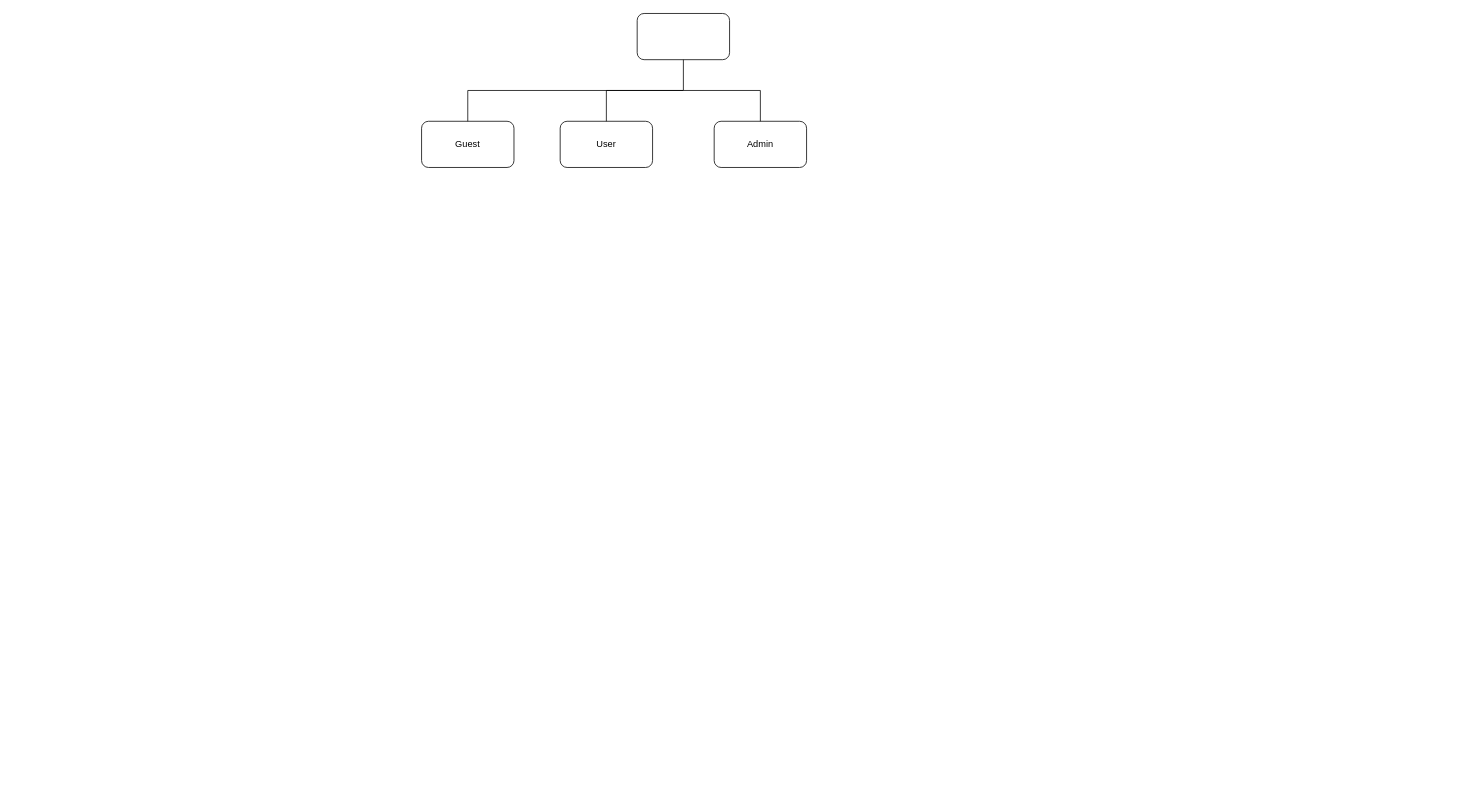
Above: fyp_userdiagram.drawio in Levaote/chart (draw.io), before the change. Source tidied: cells renumbered, new cells numbered last; positions are measured from the earlier drawing's top-left corner, leaving out a move shared by most shapes. Both pictures are drawn from the tidied source at 77%, with x=0, y=0 at pixel (421, 13).
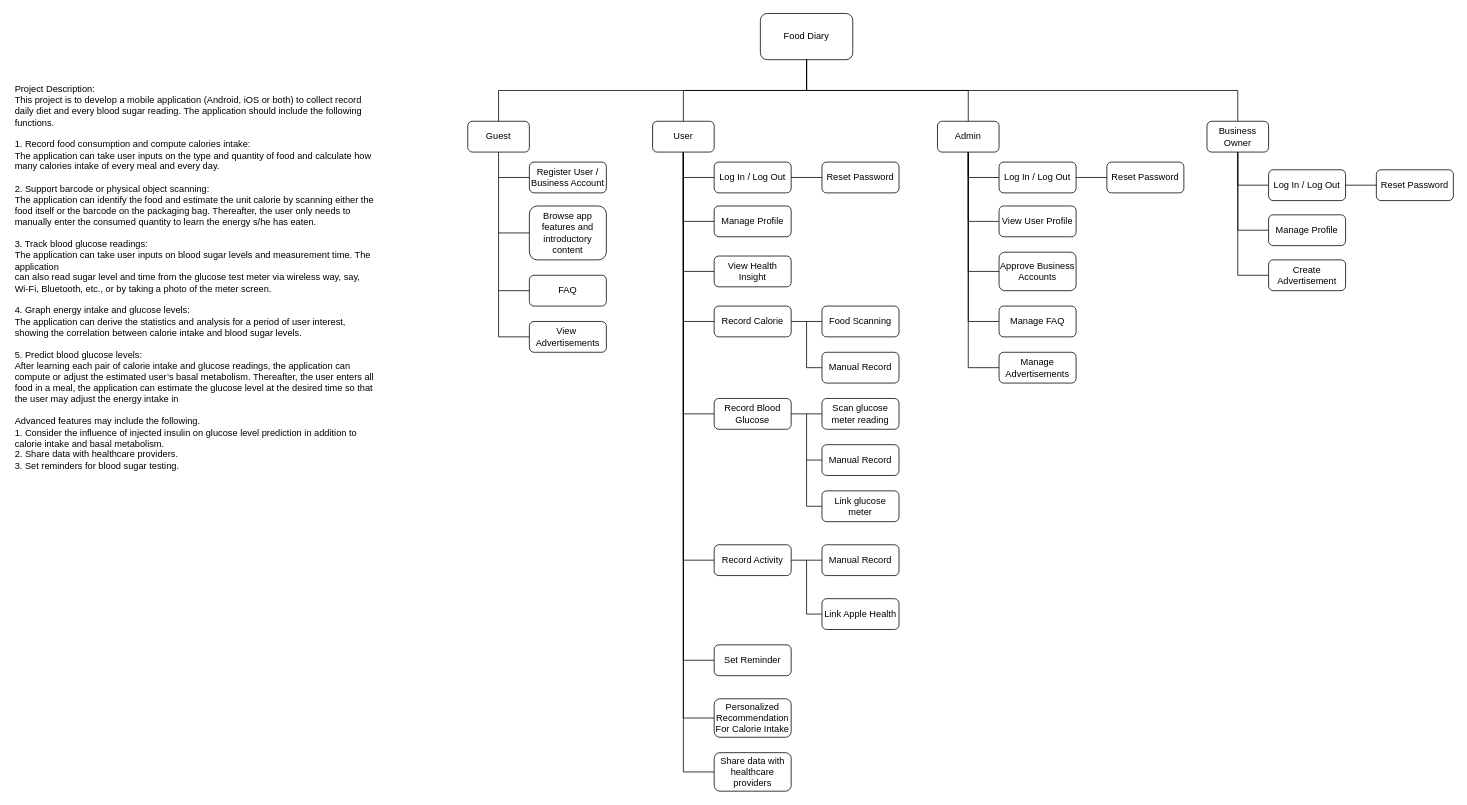
The same diagram, later.

Diff of the diagram source:
```diff
@@
-    <mxCell id="2" style="rounded=1;whiteSpace=wrap;html=1;" parent="1" vertex="1">
-      <mxGeometry x="280" width="120" height="60" as="geometry" />
+    <mxCell id="2" value="Food Diary" style="rounded=1;whiteSpace=wrap;html=1;" parent="1" vertex="1">
+      <mxGeometry x="440" width="120" height="60" as="geometry" />
     </mxCell>
     <mxCell id="3" value="Guest" style="rounded=1;whiteSpace=wrap;html=1;" parent="1" vertex="1">
-      <mxGeometry y="140" width="120" height="60" as="geometry" />
+      <mxGeometry x="60" y="140" width="80" height="40" as="geometry" />
     </mxCell>
     <mxCell id="4" value="User" style="rounded=1;whiteSpace=wrap;html=1;" parent="1" vertex="1">
-      <mxGeometry x="180" y="140" width="120" height="60" as="geometry" />
+      <mxGeometry x="300" y="140" width="80" height="40" as="geometry" />
     </mxCell>
-    <mxCell id="5" style="endArrow=none;html=1;rounded=0;entryX=0.5;entryY=1;entryDx=0;entryDy=0;exitX=0.5;exitY=0;exitDx=0;exitDy=0;" parent="1" edge="1" source="3" target="2">
+    <mxCell id="5" style="endArrow=none;html=1;rounded=0;exitX=0.5;exitY=0;exitDx=0;exitDy=0;" parent="1" edge="1" source="3">
       <mxGeometry relative="1" as="geometry">
+        <mxPoint x="500" y="100" as="targetPoint" />
         <Array as="points">
-          <mxPoint x="60" y="100" />
+          <mxPoint x="100" y="100" />
           <mxPoint x="340" y="100" />
+          <mxPoint x="500" y="100" />
         </Array>
       </mxGeometry>
     </mxCell>
     <mxCell id="6" style="endArrow=none;html=1;rounded=0;entryX=0.5;entryY=0;entryDx=0;entryDy=0;" parent="1" edge="1" target="4">
       <mxGeometry relative="1" as="geometry">
-        <mxPoint x="340" y="100" as="sourcePoint" />
+        <mxPoint x="500" y="100" as="sourcePoint" />
         <Array as="points">
-          <mxPoint x="240" y="100" />
+          <mxPoint x="500" y="60" />
+          <mxPoint x="500" y="100" />
+          <mxPoint x="340" y="100" />
         </Array>
       </mxGeometry>
     </mxCell>
+    <mxCell id="9" style="edgeStyle=orthogonalEdgeStyle;rounded=0;jettySize=auto;html=1;entryX=0.5;entryY=1;entryDx=0;entryDy=0;endArrow=none;endFill=0;" parent="1" edge="1" source="7" target="2">
+      <mxGeometry relative="1" as="geometry">
+        <Array as="points">
+          <mxPoint x="710" y="100" />
+          <mxPoint x="500" y="100" />
+        </Array>
+      </mxGeometry>
+    </mxCell>
     <mxCell id="7" value="Admin" style="rounded=1;whiteSpace=wrap;html=1;" parent="1" vertex="1">
-      <mxGeometry x="380" y="140" width="120" height="60" as="geometry" />
+      <mxGeometry x="670" y="140" width="80" height="40" as="geometry" />
     </mxCell>
-    <mxCell id="8" style="endArrow=none;html=1;rounded=0;entryX=0.5;entryY=0;entryDx=0;entryDy=0;" parent="1" edge="1" target="7">
-      <mxGeometry relative="1" as="geometry">
-        <mxPoint x="340" y="100" as="sourcePoint" />
-        <Array as="points">
-          <mxPoint x="440" y="100" />
-        </Array>
-      </mxGeometry>
-    </mxCell>
+    <mxCell id="10" value="Register User / Business Account" style="rounded=1;whiteSpace=wrap;html=1;" parent="1" vertex="1">
+      <mxGeometry x="140" y="193" width="100" height="40" as="geometry" />
+    </mxCell>
+    <mxCell id="11" style="endArrow=none;html=1;rounded=0;exitX=0;exitY=0.5;exitDx=0;exitDy=0;" parent="1" edge="1" source="10">
+      <mxGeometry relative="1" as="geometry">
+        <mxPoint x="100" y="213" as="targetPoint" />
+      </mxGeometry>
+    </mxCell>
+    <mxCell id="12" style="endArrow=none;html=1;rounded=0;entryX=0.5;entryY=1;entryDx=0;entryDy=0;exitX=0;exitY=0.5;exitDx=0;exitDy=0;" parent="1" edge="1" source="17" target="3">
+      <mxGeometry relative="1" as="geometry">
+        <Array as="points">
+          <mxPoint x="100" y="420" />
+        </Array>
+      </mxGeometry>
+    </mxCell>
+    <mxCell id="13" value="Browse app features and introductory content" style="rounded=1;whiteSpace=wrap;html=1;align=center;" parent="1" vertex="1">
+      <mxGeometry x="140" y="250" width="100" height="70" as="geometry" />
+    </mxCell>
+    <mxCell id="14" style="endArrow=none;html=1;rounded=0;exitX=0;exitY=0.5;exitDx=0;exitDy=0;" parent="1" edge="1" source="13">
+      <mxGeometry relative="1" as="geometry">
+        <mxPoint x="100" y="285" as="targetPoint" />
+      </mxGeometry>
+    </mxCell>
+    <mxCell id="15" value="FAQ" style="rounded=1;whiteSpace=wrap;html=1;" parent="1" vertex="1">
+      <mxGeometry x="140" y="340" width="100" height="40" as="geometry" />
+    </mxCell>
+    <mxCell id="16" style="endArrow=none;html=1;rounded=0;exitX=0;exitY=0.5;exitDx=0;exitDy=0;" parent="1" edge="1" source="15">
+      <mxGeometry relative="1" as="geometry">
+        <mxPoint x="100" y="360" as="targetPoint" />
+      </mxGeometry>
+    </mxCell>
+    <mxCell id="17" value="View&amp;nbsp; Advertisements" style="rounded=1;whiteSpace=wrap;html=1;" parent="1" vertex="1">
+      <mxGeometry x="140" y="400" width="100" height="40" as="geometry" />
+    </mxCell>
+    <mxCell id="18" value="Log In / Log Out" style="rounded=1;whiteSpace=wrap;html=1;" parent="1" vertex="1">
+      <mxGeometry x="380" y="193" width="100" height="40" as="geometry" />
+    </mxCell>
+    <mxCell id="19" style="endArrow=none;html=1;rounded=0;exitX=0;exitY=0.5;exitDx=0;exitDy=0;entryX=0.5;entryY=1;entryDx=0;entryDy=0;" parent="1" edge="1" source="18" target="4">
+      <mxGeometry relative="1" as="geometry">
+        <Array as="points">
+          <mxPoint x="340" y="213" />
+        </Array>
+      </mxGeometry>
+    </mxCell>
+    <mxCell id="20" value="Manage Profile" style="rounded=1;whiteSpace=wrap;html=1;" parent="1" vertex="1">
+      <mxGeometry x="380" y="250" width="100" height="40" as="geometry" />
+    </mxCell>
+    <mxCell id="21" style="endArrow=none;html=1;rounded=0;exitX=0;exitY=0.5;exitDx=0;exitDy=0;" parent="1" edge="1" source="20">
+      <mxGeometry relative="1" as="geometry">
+        <mxPoint x="340" y="213" as="targetPoint" />
+        <Array as="points">
+          <mxPoint x="340" y="270" />
+        </Array>
+      </mxGeometry>
+    </mxCell>
+    <mxCell id="22" style="edgeStyle=orthogonalEdgeStyle;rounded=0;jettySize=auto;html=1;entryX=0.5;entryY=1;entryDx=0;entryDy=0;endArrow=none;endFill=0;exitX=0;exitY=0.5;exitDx=0;exitDy=0;" parent="1" edge="1" source="23" target="4">
+      <mxGeometry relative="1" as="geometry" />
+    </mxCell>
+    <mxCell id="23" value="Personalized Recommendation&lt;br&gt;For Calorie Intake" style="rounded=1;whiteSpace=wrap;html=1;" parent="1" vertex="1">
+      <mxGeometry x="380" y="890" width="100" height="50" as="geometry" />
+    </mxCell>
+    <mxCell id="24" style="edgeStyle=orthogonalEdgeStyle;rounded=0;jettySize=auto;html=1;entryX=0.5;entryY=1;entryDx=0;entryDy=0;endArrow=none;endFill=0;exitX=0;exitY=0.5;exitDx=0;exitDy=0;" parent="1" edge="1" source="25" target="4">
+      <mxGeometry relative="1" as="geometry" />
+    </mxCell>
+    <mxCell id="25" value="Record Calorie" style="rounded=1;whiteSpace=wrap;html=1;" parent="1" vertex="1">
+      <mxGeometry x="380" y="380" width="100" height="40" as="geometry" />
+    </mxCell>
+    <mxCell id="26" style="endArrow=none;html=1;rounded=0;entryX=0;entryY=0.5;entryDx=0;entryDy=0;" parent="1" edge="1" target="27">
+      <mxGeometry relative="1" as="geometry">
+        <mxPoint x="340" y="400" as="sourcePoint" />
+        <Array as="points">
+          <mxPoint x="340" y="460" />
+          <mxPoint x="340" y="520" />
+        </Array>
+      </mxGeometry>
+    </mxCell>
+    <mxCell id="27" value="Record Blood Glucose" style="rounded=1;whiteSpace=wrap;html=1;" parent="1" vertex="1">
+      <mxGeometry x="380" y="500" width="100" height="40" as="geometry" />
+    </mxCell>
+    <mxCell id="28" value="Food Scanning" style="rounded=1;whiteSpace=wrap;html=1;" parent="1" vertex="1">
+      <mxGeometry x="520" y="380" width="100" height="40" as="geometry" />
+    </mxCell>
+    <mxCell id="29" style="endArrow=none;html=1;rounded=0;exitX=0;exitY=0.5;exitDx=0;exitDy=0;" parent="1" edge="1" source="28">
+      <mxGeometry relative="1" as="geometry">
+        <mxPoint x="480" y="400" as="targetPoint" />
+      </mxGeometry>
+    </mxCell>
+    <mxCell id="30" style="edgeStyle=orthogonalEdgeStyle;rounded=0;jettySize=auto;html=1;endArrow=none;endFill=0;" parent="1" edge="1" source="31">
+      <mxGeometry relative="1" as="geometry">
+        <mxPoint x="500" y="400" as="targetPoint" />
+      </mxGeometry>
+    </mxCell>
+    <mxCell id="31" value="Manual Record" style="rounded=1;whiteSpace=wrap;html=1;" parent="1" vertex="1">
+      <mxGeometry x="520" y="440" width="100" height="40" as="geometry" />
+    </mxCell>
+    <mxCell id="32" value="Scan glucose meter reading" style="rounded=1;whiteSpace=wrap;html=1;" parent="1" vertex="1">
+      <mxGeometry x="520" y="500" width="100" height="40" as="geometry" />
+    </mxCell>
+    <mxCell id="33" style="endArrow=none;html=1;rounded=0;exitX=0;exitY=0.5;exitDx=0;exitDy=0;" parent="1" edge="1" source="32">
+      <mxGeometry relative="1" as="geometry">
+        <mxPoint x="480" y="520" as="targetPoint" />
+      </mxGeometry>
+    </mxCell>
+    <mxCell id="34" style="edgeStyle=orthogonalEdgeStyle;rounded=0;jettySize=auto;html=1;endArrow=none;endFill=0;" parent="1" edge="1" source="35">
+      <mxGeometry relative="1" as="geometry">
+        <mxPoint x="500" y="520" as="targetPoint" />
+      </mxGeometry>
+    </mxCell>
+    <mxCell id="35" value="Manual Record" style="rounded=1;whiteSpace=wrap;html=1;" parent="1" vertex="1">
+      <mxGeometry x="520" y="560" width="100" height="40" as="geometry" />
+    </mxCell>
+    <mxCell id="36" style="edgeStyle=orthogonalEdgeStyle;rounded=0;jettySize=auto;html=1;endArrow=none;endFill=0;" parent="1" edge="1" source="37">
+      <mxGeometry relative="1" as="geometry">
+        <mxPoint x="500" y="580" as="targetPoint" />
+      </mxGeometry>
+    </mxCell>
+    <mxCell id="37" value="Link glucose meter" style="rounded=1;whiteSpace=wrap;html=1;" parent="1" vertex="1">
+      <mxGeometry x="520" y="620" width="100" height="40" as="geometry" />
+    </mxCell>
+    <mxCell id="38" style="edgeStyle=orthogonalEdgeStyle;rounded=0;jettySize=auto;html=1;entryX=0.5;entryY=1;entryDx=0;entryDy=0;endArrow=none;endFill=0;exitX=0;exitY=0.5;exitDx=0;exitDy=0;" parent="1" edge="1" source="39" target="4">
+      <mxGeometry relative="1" as="geometry" />
+    </mxCell>
+    <mxCell id="39" value="Record Activity" style="rounded=1;whiteSpace=wrap;html=1;" parent="1" vertex="1">
+      <mxGeometry x="380" y="690" width="100" height="40" as="geometry" />
+    </mxCell>
+    <mxCell id="40" style="edgeStyle=orthogonalEdgeStyle;rounded=0;jettySize=auto;html=1;entryX=1;entryY=0.5;entryDx=0;entryDy=0;endArrow=none;endFill=0;" parent="1" edge="1" source="41" target="39">
+      <mxGeometry relative="1" as="geometry" />
+    </mxCell>
+    <mxCell id="41" value="Manual Record" style="rounded=1;whiteSpace=wrap;html=1;" parent="1" vertex="1">
+      <mxGeometry x="520" y="690" width="100" height="40" as="geometry" />
+    </mxCell>
+    <mxCell id="42" style="edgeStyle=orthogonalEdgeStyle;rounded=0;jettySize=auto;html=1;endArrow=none;endFill=0;" parent="1" edge="1" source="43">
+      <mxGeometry relative="1" as="geometry">
+        <mxPoint x="500" y="710" as="targetPoint" />
+      </mxGeometry>
+    </mxCell>
+    <mxCell id="43" value="Link Apple Health" style="rounded=1;whiteSpace=wrap;html=1;" parent="1" vertex="1">
+      <mxGeometry x="520" y="760" width="100" height="40" as="geometry" />
+    </mxCell>
+    <mxCell id="44" value="Reset Password" style="rounded=1;whiteSpace=wrap;html=1;" parent="1" vertex="1">
+      <mxGeometry x="520" y="193" width="100" height="40" as="geometry" />
+    </mxCell>
+    <mxCell id="45" style="endArrow=none;html=1;rounded=0;exitX=0;exitY=0.5;exitDx=0;exitDy=0;" parent="1" edge="1" source="44">
+      <mxGeometry relative="1" as="geometry">
+        <mxPoint x="480" y="213" as="targetPoint" />
+      </mxGeometry>
+    </mxCell>
+    <mxCell id="46" value="&lt;div&gt;Project Description:&lt;/div&gt;&lt;div&gt;This project is to develop a mobile application (Android, iOS or both) to collect record daily diet&amp;nbsp;&lt;span style=&quot;background-color: initial;&quot;&gt;and every blood sugar reading. The application should include the following functions.&lt;/span&gt;&lt;/div&gt;&lt;div&gt;&lt;br&gt;&lt;/div&gt;&lt;div&gt;1. Record food consumption and compute calories intake:&lt;/div&gt;&lt;div&gt;The application can take user inputs on the type and quantity of food and calculate how many&amp;nbsp;&lt;span style=&quot;background-color: initial;&quot;&gt;calories intake of every meal and every day.&lt;/span&gt;&lt;/div&gt;&lt;div&gt;&lt;br&gt;&lt;/div&gt;&lt;div&gt;2. Support barcode or physical object scanning:&lt;/div&gt;&lt;div&gt;The application can identify the food and estimate the unit calorie by scanning either the food itself&amp;nbsp;&lt;span style=&quot;background-color: initial;&quot;&gt;or the barcode on the packaging bag. Thereafter, the user only needs to manually enter the consumed&amp;nbsp;&lt;/span&gt;&lt;span style=&quot;background-color: initial;&quot;&gt;quantity to learn the energy s/he has eaten.&lt;/span&gt;&lt;/div&gt;&lt;div&gt;&lt;br&gt;&lt;/div&gt;&lt;div&gt;3. Track blood glucose readings:&lt;/div&gt;&lt;div&gt;The application can take user inputs on blood sugar levels and measurement time. The application&lt;/div&gt;&lt;div&gt;can also read sugar level and time from the glucose test meter via wireless way, say, Wi-Fi,&amp;nbsp;&lt;span style=&quot;background-color: initial;&quot;&gt;Bluetooth, etc., or by taking a photo of the meter screen.&lt;/span&gt;&lt;/div&gt;&lt;div&gt;&lt;br&gt;&lt;/div&gt;&lt;div&gt;4. Graph energy intake and glucose levels:&lt;/div&gt;&lt;div&gt;The application can derive the statistics and analysis for a period of user interest, showing the&amp;nbsp;&lt;span style=&quot;background-color: initial;&quot;&gt;correlation between calorie intake and blood sugar levels.&lt;/span&gt;&lt;/div&gt;&lt;div&gt;&lt;br&gt;&lt;/div&gt;&lt;div&gt;5. Predict blood glucose levels:&lt;/div&gt;&lt;div&gt;After learning each pair of calorie intake and glucose readings, the application can compute or adjust&amp;nbsp;&lt;span style=&quot;background-color: initial;&quot;&gt;the estimated user’s basal metabolism. Thereafter, the user enters all food in a meal, the application&amp;nbsp;&lt;/span&gt;&lt;span style=&quot;background-color: initial;&quot;&gt;can estimate the glucose level at the desired time so that the user may adjust the energy intake in&lt;/span&gt;&lt;/div&gt;&lt;div&gt;&lt;br&gt;&lt;/div&gt;&lt;div&gt;Advanced features may include the following.&lt;/div&gt;&lt;div&gt;1. Consider the influence of injected insulin on glucose level prediction in addition to calorie intake&amp;nbsp;&lt;span style=&quot;background-color: initial;&quot;&gt;and basal metabolism.&lt;/span&gt;&lt;/div&gt;&lt;div&gt;2. Share data with healthcare providers.&lt;/div&gt;&lt;div&gt;3. Set reminders for blood sugar testing.&lt;/div&gt;&lt;div style=&quot;&quot;&gt;&lt;br&gt;&lt;/div&gt;" style="text;html=1;strokeColor=none;fillColor=none;align=left;verticalAlign=middle;whiteSpace=wrap;rounded=0;" parent="1" vertex="1">
+      <mxGeometry x="-530" y="20" width="470" height="660" as="geometry" />
+    </mxCell>
+    <mxCell id="47" style="edgeStyle=orthogonalEdgeStyle;rounded=0;jettySize=auto;html=1;entryX=0.5;entryY=1;entryDx=0;entryDy=0;exitX=0;exitY=0.5;exitDx=0;exitDy=0;endArrow=none;endFill=0;" parent="1" edge="1" source="48" target="7">
+      <mxGeometry relative="1" as="geometry" />
+    </mxCell>
+    <mxCell id="48" value="View User Profile" style="rounded=1;whiteSpace=wrap;html=1;align=center;" parent="1" vertex="1">
+      <mxGeometry x="750" y="250" width="100" height="40" as="geometry" />
+    </mxCell>
+    <mxCell id="49" style="edgeStyle=orthogonalEdgeStyle;rounded=0;jettySize=auto;html=1;entryX=0.5;entryY=1;entryDx=0;entryDy=0;endArrow=none;endFill=0;exitX=0;exitY=0.5;exitDx=0;exitDy=0;" parent="1" edge="1" source="50" target="7">
+      <mxGeometry relative="1" as="geometry" />
+    </mxCell>
+    <mxCell id="50" value="Manage FAQ" style="rounded=1;whiteSpace=wrap;html=1;" parent="1" vertex="1">
+      <mxGeometry x="750" y="380" width="100" height="40" as="geometry" />
+    </mxCell>
+    <mxCell id="51" style="edgeStyle=orthogonalEdgeStyle;rounded=0;jettySize=auto;html=1;entryX=0.5;entryY=1;entryDx=0;entryDy=0;exitX=0;exitY=0.5;exitDx=0;exitDy=0;endArrow=none;endFill=0;" parent="1" edge="1" source="52" target="7">
+      <mxGeometry relative="1" as="geometry" />
+    </mxCell>
+    <mxCell id="52" value="Approve Business Accounts" style="rounded=1;whiteSpace=wrap;html=1;" parent="1" vertex="1">
+      <mxGeometry x="750" y="310" width="100" height="50" as="geometry" />
+    </mxCell>
+    <mxCell id="53" style="edgeStyle=orthogonalEdgeStyle;rounded=0;jettySize=auto;html=1;exitX=0;exitY=0.5;exitDx=0;exitDy=0;endArrow=none;endFill=0;" parent="1" edge="1" source="54" target="7">
+      <mxGeometry relative="1" as="geometry" />
+    </mxCell>
+    <mxCell id="54" value="Log In / Log Out" style="rounded=1;whiteSpace=wrap;html=1;" parent="1" vertex="1">
+      <mxGeometry x="750" y="193" width="100" height="40" as="geometry" />
+    </mxCell>
+    <mxCell id="55" value="Reset Password" style="rounded=1;whiteSpace=wrap;html=1;" parent="1" vertex="1">
+      <mxGeometry x="890" y="193" width="100" height="40" as="geometry" />
+    </mxCell>
+    <mxCell id="56" style="endArrow=none;html=1;rounded=0;exitX=0;exitY=0.5;exitDx=0;exitDy=0;" parent="1" edge="1" source="55">
+      <mxGeometry relative="1" as="geometry">
+        <mxPoint x="850" y="213" as="targetPoint" />
+      </mxGeometry>
+    </mxCell>
+    <mxCell id="57" style="edgeStyle=orthogonalEdgeStyle;rounded=0;jettySize=auto;html=1;entryX=0.5;entryY=1;entryDx=0;entryDy=0;endArrow=none;endFill=0;exitX=0.5;exitY=0;exitDx=0;exitDy=0;" parent="1" edge="1" source="58" target="2">
+      <mxGeometry relative="1" as="geometry">
+        <Array as="points">
+          <mxPoint x="1060" y="100" />
+          <mxPoint x="500" y="100" />
+        </Array>
+      </mxGeometry>
+    </mxCell>
+    <mxCell id="58" value="Business Owner" style="rounded=1;whiteSpace=wrap;html=1;" parent="1" vertex="1">
+      <mxGeometry x="1020" y="140" width="80" height="40" as="geometry" />
+    </mxCell>
+    <mxCell id="59" style="edgeStyle=orthogonalEdgeStyle;rounded=0;jettySize=auto;html=1;entryX=0.5;entryY=1;entryDx=0;entryDy=0;endArrow=none;endFill=0;exitX=0;exitY=0.5;exitDx=0;exitDy=0;" parent="1" edge="1" source="60" target="4">
+      <mxGeometry relative="1" as="geometry" />
+    </mxCell>
+    <mxCell id="60" value="Set Reminder" style="rounded=1;whiteSpace=wrap;html=1;" parent="1" vertex="1">
+      <mxGeometry x="380" y="820" width="100" height="40" as="geometry" />
+    </mxCell>
+    <mxCell id="61" style="edgeStyle=orthogonalEdgeStyle;rounded=0;jettySize=auto;html=1;entryX=0.5;entryY=1;entryDx=0;entryDy=0;endArrow=none;endFill=0;exitX=0;exitY=0.5;exitDx=0;exitDy=0;" parent="1" edge="1" source="62" target="4">
+      <mxGeometry relative="1" as="geometry" />
+    </mxCell>
+    <mxCell id="62" value="Share data with healthcare providers" style="rounded=1;whiteSpace=wrap;html=1;" parent="1" vertex="1">
+      <mxGeometry x="380" y="960" width="100" height="50" as="geometry" />
+    </mxCell>
+    <mxCell id="63" style="edgeStyle=orthogonalEdgeStyle;rounded=0;jettySize=auto;html=1;entryX=0.5;entryY=1;entryDx=0;entryDy=0;endArrow=none;endFill=0;exitX=0;exitY=0.5;exitDx=0;exitDy=0;" parent="1" edge="1" source="64" target="7">
+      <mxGeometry relative="1" as="geometry" />
+    </mxCell>
+    <mxCell id="64" value="Manage Advertisements" style="rounded=1;whiteSpace=wrap;html=1;" parent="1" vertex="1">
+      <mxGeometry x="750" y="440" width="100" height="40" as="geometry" />
+    </mxCell>
+    <mxCell id="65" style="edgeStyle=orthogonalEdgeStyle;rounded=0;jettySize=auto;html=1;entryX=0.5;entryY=1;entryDx=0;entryDy=0;exitX=0;exitY=0.5;exitDx=0;exitDy=0;endArrow=none;endFill=0;" parent="1" edge="1" source="66" target="58">
+      <mxGeometry relative="1" as="geometry" />
+    </mxCell>
+    <mxCell id="66" value="Log In / Log Out" style="rounded=1;whiteSpace=wrap;html=1;" parent="1" vertex="1">
+      <mxGeometry x="1100" y="203" width="100" height="40" as="geometry" />
+    </mxCell>
+    <mxCell id="67" value="Reset Password" style="rounded=1;whiteSpace=wrap;html=1;" parent="1" vertex="1">
+      <mxGeometry x="1240" y="203" width="100" height="40" as="geometry" />
+    </mxCell>
+    <mxCell id="68" style="endArrow=none;html=1;rounded=0;exitX=0;exitY=0.5;exitDx=0;exitDy=0;" parent="1" edge="1" source="67">
+      <mxGeometry relative="1" as="geometry">
+        <mxPoint x="1200" y="223" as="targetPoint" />
+      </mxGeometry>
+    </mxCell>
+    <mxCell id="69" style="edgeStyle=orthogonalEdgeStyle;rounded=0;orthogonalLoop=1;jettySize=auto;html=1;exitX=0.5;exitY=1;exitDx=0;exitDy=0;" parent="1" edge="1" source="64" target="64">
+      <mxGeometry relative="1" as="geometry" />
+    </mxCell>
+    <mxCell id="70" style="edgeStyle=orthogonalEdgeStyle;rounded=0;jettySize=auto;html=1;entryX=0.5;entryY=1;entryDx=0;entryDy=0;exitX=0;exitY=0.5;exitDx=0;exitDy=0;endArrow=none;endFill=0;" parent="1" edge="1" source="71" target="58">
+      <mxGeometry relative="1" as="geometry" />
+    </mxCell>
+    <mxCell id="71" value="Manage Profile" style="rounded=1;whiteSpace=wrap;html=1;" parent="1" vertex="1">
+      <mxGeometry x="1100" y="261.5" width="100" height="40" as="geometry" />
+    </mxCell>
+    <mxCell id="72" style="edgeStyle=orthogonalEdgeStyle;rounded=0;jettySize=auto;html=1;entryX=0.5;entryY=1;entryDx=0;entryDy=0;endArrow=none;endFill=0;exitX=0;exitY=0.5;exitDx=0;exitDy=0;" parent="1" edge="1" source="73" target="4">
+      <mxGeometry relative="1" as="geometry" />
+    </mxCell>
+    <mxCell id="73" value="View Health Insight" style="rounded=1;whiteSpace=wrap;html=1;" parent="1" vertex="1">
+      <mxGeometry x="380" y="315" width="100" height="40" as="geometry" />
+    </mxCell>
+    <mxCell id="74" style="edgeStyle=orthogonalEdgeStyle;rounded=0;jettySize=auto;html=1;entryX=0.5;entryY=1;entryDx=0;entryDy=0;endArrow=none;endFill=0;exitX=0;exitY=0.5;exitDx=0;exitDy=0;" parent="1" edge="1" source="75" target="58">
+      <mxGeometry relative="1" as="geometry" />
+    </mxCell>
+    <mxCell id="75" value="Create Advertisement" style="rounded=1;whiteSpace=wrap;html=1;" parent="1" vertex="1">
+      <mxGeometry x="1100" y="320" width="100" height="40" as="geometry" />
+    </mxCell>
```
